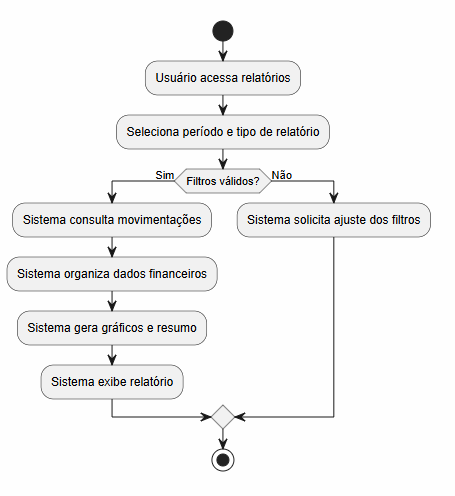
This is docs/modelagem/atividades/relatorios.png from Nathan-Edu/Financa-Facil, a PlantUML export, as it was before one commit. Its source is kept beside it as docs/modelagem/atividades/relatorios.puml. Its diagram source:
```plantuml
@startuml
start

:Usuário acessa relatórios;
:Seleciona período e tipo de relatório;

if (Filtros válidos?) then (Sim)
  :Sistema consulta movimentações;
  :Sistema organiza dados financeiros;
  :Sistema gera gráficos e resumo;
  :Sistema exibe relatório;
else (Não)
  :Sistema solicita ajuste dos filtros;
endif

stop
@enduml
```
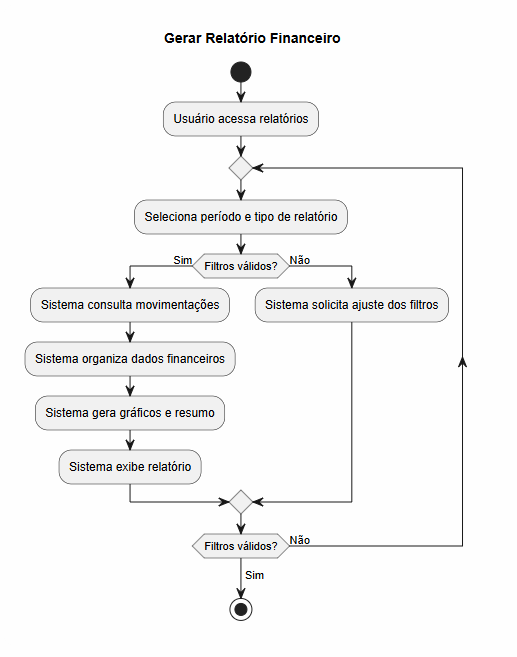
After the change.

The edit, as a diff of the source:
```diff
@@ -1,17 +1,24 @@
 @startuml
+title Gerar Relatório Financeiro
+
 start
 
 :Usuário acessa relatórios;
-:Seleciona período e tipo de relatório;
 
-if (Filtros válidos?) then (Sim)
-  :Sistema consulta movimentações;
-  :Sistema organiza dados financeiros;
-  :Sistema gera gráficos e resumo;
-  :Sistema exibe relatório;
-else (Não)
-  :Sistema solicita ajuste dos filtros;
-endif
+repeat
+  :Seleciona período e tipo de relatório;
+
+  if (Filtros válidos?) then (Sim)
+    :Sistema consulta movimentações;
+    :Sistema organiza dados financeiros;
+    :Sistema gera gráficos e resumo;
+    :Sistema exibe relatório;
+  else (Não)
+    :Sistema solicita ajuste dos filtros;
+  endif
+
+repeat while (Filtros válidos?) is (Não)
+-> Sim;
 
 stop
 @enduml
```
